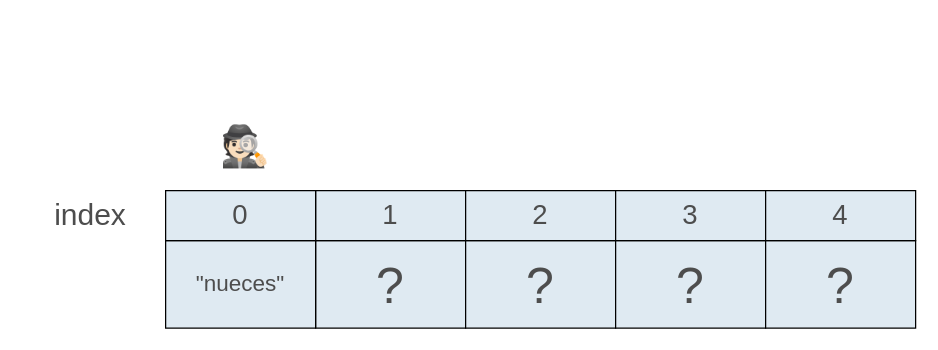
Earlier version of the draw.io diagram page "Paso 1" (2 of 4) of teoria/04_estructuras_y_algoritmos/imgs/arreglo_busqueda.drawio (ee-unr/programacion-2). Source tidied: cells renumbered, new cells numbered last; positions are measured from the earlier drawing's top-left corner, leaving out a move shared by most shapes. Both pictures are drawn from the tidied source at 125%, with x=0, y=0 at pixel (21, 109).
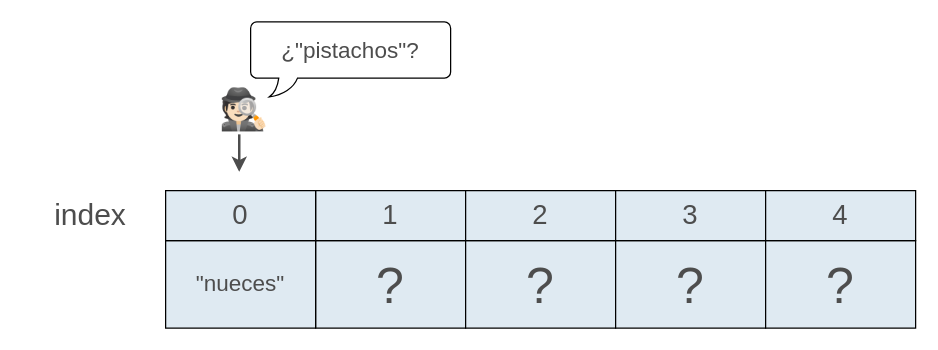
The same page after the edit.

Change to the diagram source:
```diff
@@
 <mxGraphModel>
   <root>
     <mxCell id="0" />
     <mxCell id="1" parent="0" />
     <mxCell id="2" value="&lt;font style=&quot;font-size: 24px;&quot;&gt;index&lt;/font&gt;" style="text;html=1;align=center;verticalAlign=middle;whiteSpace=wrap;rounded=0;fontSize=16;fontFamily=Cascadia Code;fontColor=#4D4D4D;" parent="1" vertex="1">
       <mxGeometry y="60" width="110" height="50" as="geometry" />
     </mxCell>
     <mxCell id="3" value="&lt;span style=&quot;color: rgb(77, 77, 77); font-family: &amp;quot;Cascadia Code&amp;quot;; font-size: 40px;&quot;&gt;?&lt;/span&gt;" style="rounded=0;whiteSpace=wrap;html=1;strokeWidth=1;fillColor=#DFEAF2;" parent="1" vertex="1">
       <mxGeometry x="235" y="105" width="120" height="70" as="geometry" />
     </mxCell>
     <mxCell id="4" value="&lt;font face=&quot;Cascadia Code&quot; style=&quot;color: rgb(77, 77, 77);&quot;&gt;1&lt;/font&gt;" style="rounded=0;whiteSpace=wrap;html=1;strokeWidth=1;fillColor=#DFEAF2;fontSize=22;" parent="1" vertex="1">
       <mxGeometry x="235" y="65" width="120" height="40" as="geometry" />
     </mxCell>
     <mxCell id="5" value="&lt;span style=&quot;color: rgb(77, 77, 77); font-family: &amp;quot;Cascadia Code&amp;quot;; font-size: 40px;&quot;&gt;?&lt;/span&gt;" style="rounded=0;whiteSpace=wrap;html=1;strokeWidth=1;fillColor=#DFEAF2;" parent="1" vertex="1">
       <mxGeometry x="355" y="105" width="120" height="70" as="geometry" />
     </mxCell>
     <mxCell id="6" value="&lt;font face=&quot;Cascadia Code&quot; style=&quot;color: rgb(77, 77, 77);&quot;&gt;2&lt;/font&gt;" style="rounded=0;whiteSpace=wrap;html=1;strokeWidth=1;fillColor=#DFEAF2;fontSize=22;" parent="1" vertex="1">
       <mxGeometry x="355" y="65" width="120" height="40" as="geometry" />
     </mxCell>
     <mxCell id="7" value="&lt;span style=&quot;color: rgb(77, 77, 77); font-family: &amp;quot;Cascadia Code&amp;quot;; font-size: 40px;&quot;&gt;?&lt;/span&gt;" style="rounded=0;whiteSpace=wrap;html=1;strokeWidth=1;fillColor=#DFEAF2;" parent="1" vertex="1">
       <mxGeometry x="475" y="105" width="120" height="70" as="geometry" />
     </mxCell>
     <mxCell id="8" value="&lt;font face=&quot;Cascadia Code&quot; style=&quot;color: rgb(77, 77, 77);&quot;&gt;3&lt;/font&gt;" style="rounded=0;whiteSpace=wrap;html=1;strokeWidth=1;fillColor=#DFEAF2;fontSize=22;" parent="1" vertex="1">
       <mxGeometry x="475" y="65" width="120" height="40" as="geometry" />
     </mxCell>
     <mxCell id="9" value="&lt;span style=&quot;color: rgb(77, 77, 77); font-family: &amp;quot;Cascadia Code&amp;quot;; font-size: 40px;&quot;&gt;?&lt;/span&gt;" style="rounded=0;whiteSpace=wrap;html=1;strokeWidth=1;fillColor=#DFEAF2;" parent="1" vertex="1">
       <mxGeometry x="595" y="105" width="120" height="70" as="geometry" />
     </mxCell>
     <mxCell id="10" value="&lt;font face=&quot;Cascadia Code&quot; style=&quot;color: rgb(77, 77, 77);&quot;&gt;4&lt;/font&gt;" style="rounded=0;whiteSpace=wrap;html=1;strokeWidth=1;fillColor=#DFEAF2;fontSize=22;" parent="1" vertex="1">
       <mxGeometry x="595" y="65" width="120" height="40" as="geometry" />
     </mxCell>
     <mxCell id="11" value="&lt;span style=&quot;color: rgb(77, 77, 77); font-family: &amp;quot;Cascadia Code&amp;quot;; font-size: 18px;&quot;&gt;&quot;nueces&quot;&lt;/span&gt;" style="rounded=0;whiteSpace=wrap;html=1;strokeWidth=1;fillColor=#DFEAF2;" parent="1" vertex="1">
       <mxGeometry x="115" y="105" width="120" height="70" as="geometry" />
     </mxCell>
     <mxCell id="12" value="&lt;font style=&quot;color: rgb(77, 77, 77);&quot; face=&quot;Cascadia Code&quot;&gt;0&lt;/font&gt;" style="rounded=0;whiteSpace=wrap;html=1;strokeWidth=1;fillColor=#DFEAF2;fontSize=22;" parent="1" vertex="1">
       <mxGeometry x="115" y="65" width="120" height="40" as="geometry" />
     </mxCell>
+    <mxCell id="14" style="group;" parent="1" vertex="1">
+      <mxGeometry x="143" y="-70" width="200" height="120" as="geometry" />
+    </mxCell>
+    <mxCell id="15" style="group;" parent="14" vertex="1">
+      <mxGeometry width="200" height="100" as="geometry" />
+    </mxCell>
-    <mxCell id="13" value="&lt;font style=&quot;font-size: 32px;&quot;&gt;🕵🏻&lt;/font&gt;" style="text;html=1;align=center;verticalAlign=middle;whiteSpace=wrap;rounded=0;" parent="1" vertex="1">
-      <mxGeometry x="144" width="70" height="60" as="geometry" />
+    <mxCell id="13" value="&lt;font style=&quot;font-size: 32px;&quot;&gt;🕵🏻&lt;/font&gt;" style="text;html=1;align=center;verticalAlign=middle;whiteSpace=wrap;rounded=0;" parent="15" vertex="1">
+      <mxGeometry y="40" width="70" height="60" as="geometry" />
     </mxCell>
+    <mxCell id="16" value="&lt;font style=&quot;color: rgb(77, 77, 77);&quot;&gt;&lt;span style=&quot;font-family: &amp;quot;Cascadia Code&amp;quot;; font-size: 18px;&quot;&gt;¿&lt;/span&gt;&lt;font style=&quot;font-family: &amp;quot;Cascadia Code&amp;quot;; font-size: 18px; color: rgb(77, 77, 77);&quot;&gt;&quot;pistachos&quot;&lt;/font&gt;&lt;span style=&quot;font-family: &amp;quot;Cascadia Code&amp;quot;; font-size: 18px;&quot;&gt;?&lt;/span&gt;&lt;/font&gt;" style="whiteSpace=wrap;html=1;shape=mxgraph.basic.roundRectCallout;dx=30;dy=15;size=5;boundedLbl=1;" parent="15" vertex="1">
+      <mxGeometry x="40" width="160" height="60" as="geometry" />
+    </mxCell>
+    <mxCell id="17" style="endArrow=classic;html=1;rounded=0;strokeWidth=2;strokeColor=#4D4D4D;" parent="14" edge="1">
+      <mxGeometry relative="1" as="geometry">
+        <mxPoint x="30.9" y="90" as="sourcePoint" />
+        <mxPoint x="30.9" y="120" as="targetPoint" />
+      </mxGeometry>
+    </mxCell>
   </root>
 </mxGraphModel>
```
